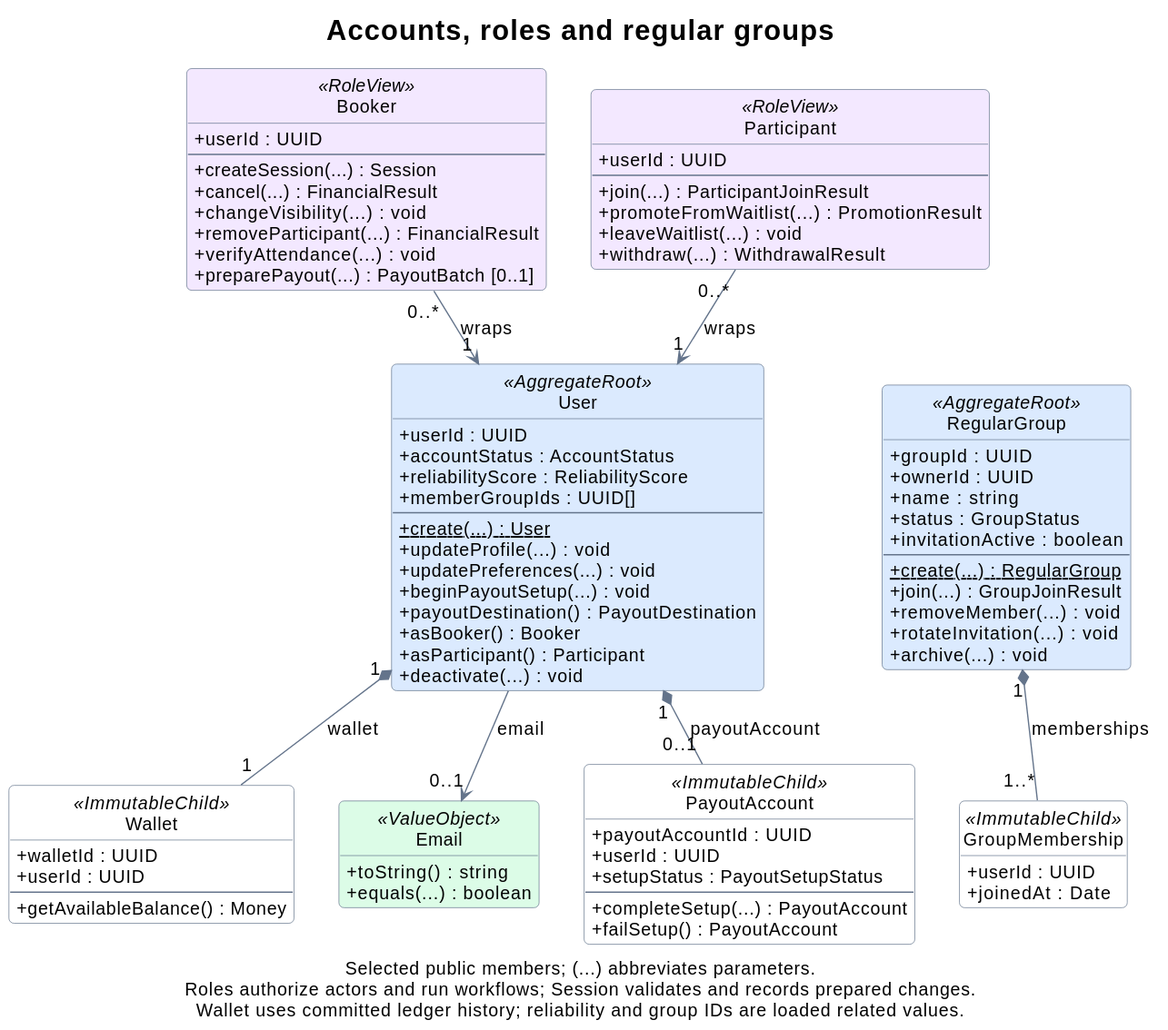
Earlier version of the PlantUML export docs/assets/domain-accounts.svg (rbrishi15/booking-web-manager).
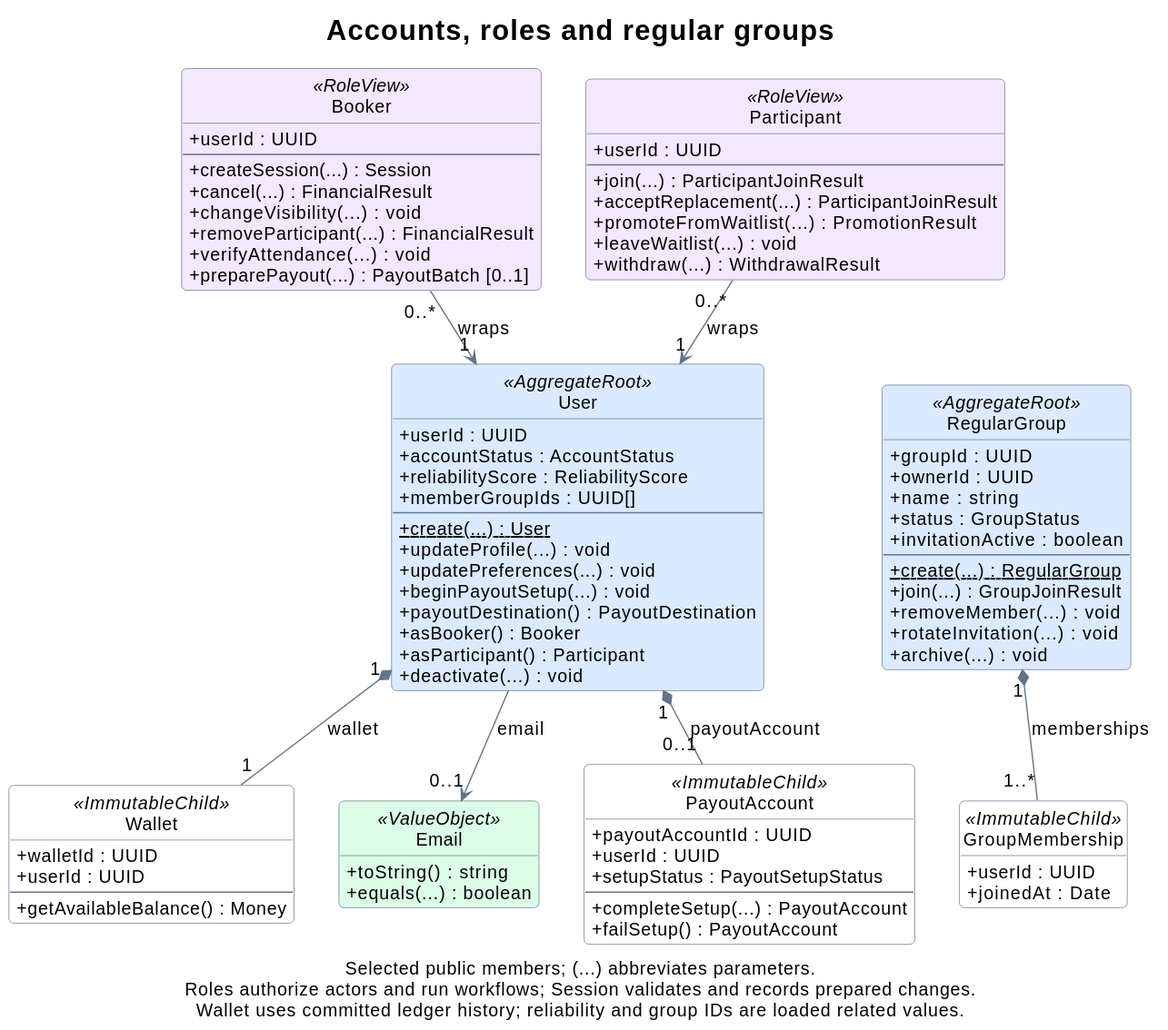
After the commit.

The edit, as a diff of the source:
```diff
@@ -36,6 +36,7 @@
   +userId : UUID
   --
   +join(...) : ParticipantJoinResult
+  +acceptReplacement(...) : ParticipantJoinResult
   +promoteFromWaitlist(...) : PromotionResult
   +leaveWaitlist(...) : void
   +withdraw(...) : WithdrawalResult
```
